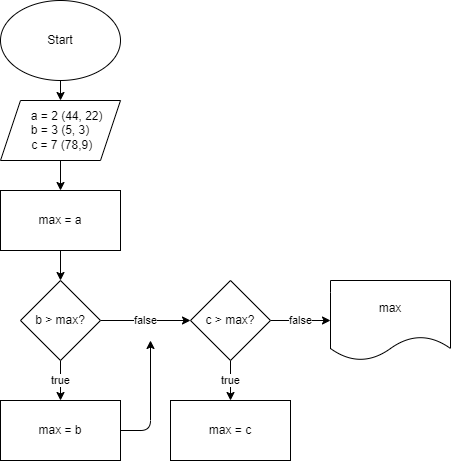
Above: Task2/Task2.drawio.png in Smih89/HomeworkSeminar7 (draw.io), before the change. Source tidied: cells renumbered, new cells last; positions are measured from the earlier drawing's top-left corner, leaving out a move shared by most shapes.
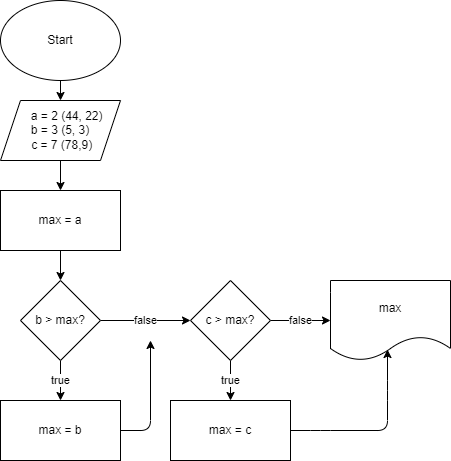
After the commit.

Commit message:
apdate Task2 png

Diff of the diagram source:
```diff
@@ -52,6 +52,15 @@
     <mxCell id="15" value="c &amp;gt; max?" style="rhombus;whiteSpace=wrap;html=1;" parent="1" vertex="1">
       <mxGeometry x="190" y="280" width="80" height="80" as="geometry" />
     </mxCell>
+    <mxCell id="18" style="edgeStyle=none;html=1;entryX=0.475;entryY=0.863;entryDx=0;entryDy=0;entryPerimeter=0;" parent="1" edge="1" source="16" target="17">
+      <mxGeometry relative="1" as="geometry">
+        <Array as="points">
+          <mxPoint x="320" y="430" />
+          <mxPoint x="387" y="430" />
+          <mxPoint x="387" y="390" />
+        </Array>
+      </mxGeometry>
+    </mxCell>
     <mxCell id="16" value="max = c" style="whiteSpace=wrap;html=1;" parent="1" vertex="1">
       <mxGeometry x="170" y="400" width="120" height="60" as="geometry" />
     </mxCell>
```
